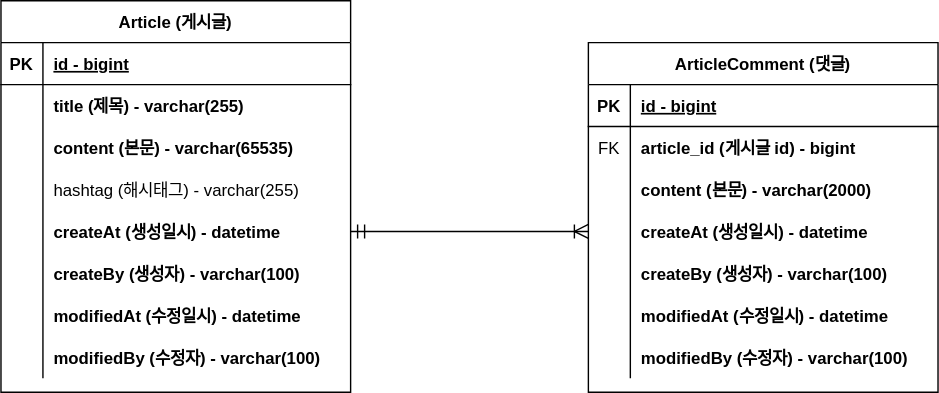
This is document/project-board-erd.svg from ekek3002/fastcampus-project-board, a draw.io export, as it was before one commit. Source tidied: cells renumbered, new cells last; positions are measured from the earlier drawing's top-left corner, leaving out a move shared by most shapes.
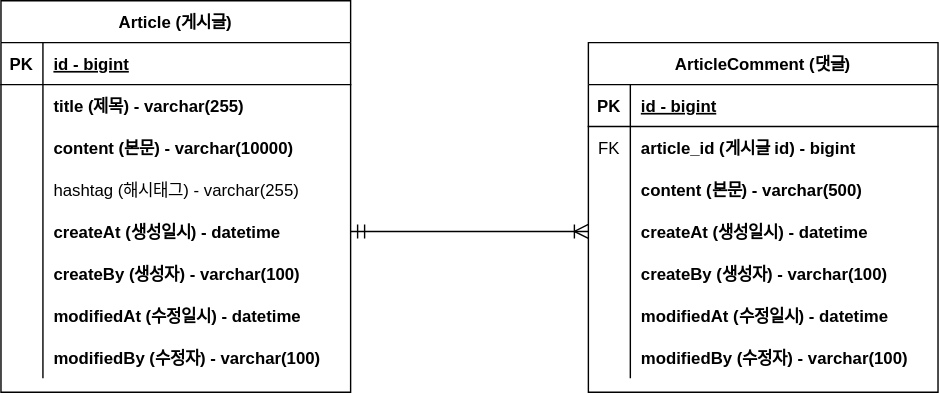
Later version of the same file.

Commit message:
#11 - erd 업데이트: content 사이즈 변경

The edit, as a diff of the source:
```diff
@@ -29,7 +29,7 @@
     <mxCell id="10" style="shape=partialRectangle;overflow=hidden;fillColor=none;top=0;left=0;bottom=0;right=0;" parent="9" vertex="1">
       <mxGeometry width="30" height="30" as="geometry" />
     </mxCell>
-    <mxCell id="11" value="content (본문) - varchar(65535)" style="shape=partialRectangle;overflow=hidden;fillColor=none;top=0;left=0;bottom=0;right=0;align=left;spacingLeft=6;fontStyle=1;" parent="9" vertex="1">
+    <mxCell id="11" value="content (본문) - varchar(10000)" style="shape=partialRectangle;overflow=hidden;fillColor=none;top=0;left=0;bottom=0;right=0;align=left;spacingLeft=6;fontStyle=1;" parent="9" vertex="1">
       <mxGeometry x="30" width="220" height="30" as="geometry" />
     </mxCell>
     <mxCell id="12" style="shape=partialRectangle;fillColor=none;top=0;left=0;right=0;bottom=0;" parent="2" vertex="1">
@@ -104,7 +104,7 @@
     <mxCell id="35" style="shape=partialRectangle;overflow=hidden;fillColor=none;top=0;left=0;bottom=0;right=0;" parent="34" vertex="1">
       <mxGeometry width="30" height="30" as="geometry" />
     </mxCell>
-    <mxCell id="36" value="content (본문) - varchar(2000)" style="shape=partialRectangle;overflow=hidden;fillColor=none;top=0;left=0;bottom=0;right=0;align=left;spacingLeft=6;fontStyle=1;" parent="34" vertex="1">
+    <mxCell id="36" value="content (본문) - varchar(500)" style="shape=partialRectangle;overflow=hidden;fillColor=none;top=0;left=0;bottom=0;right=0;align=left;spacingLeft=6;fontStyle=1;" parent="34" vertex="1">
       <mxGeometry x="30" width="220" height="30" as="geometry" />
     </mxCell>
     <mxCell id="37" style="shape=partialRectangle;fillColor=none;points=[[0,0.5],[1,0.5]];portConstraint=eastwest;top=0;left=0;right=0;bottom=0;" parent="27" vertex="1">
```
